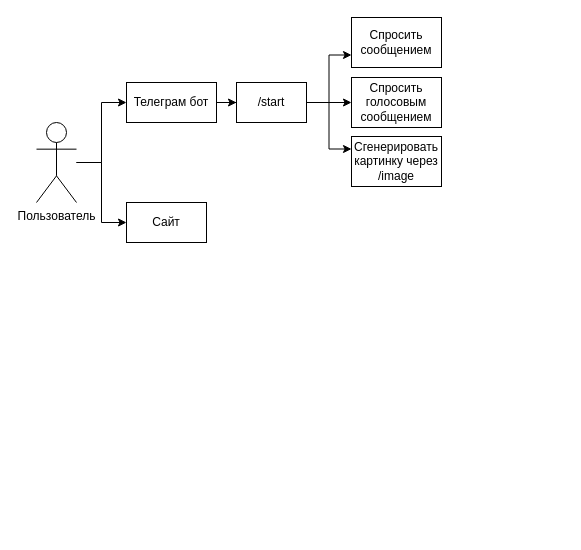
Earlier version of the draw.io diagram Untitled Diagram.drawio (notfredder/AI-SITE-diplom). Source tidied: cells renumbered, new cells numbered last; positions are measured from the earlier drawing's top-left corner, leaving out a move shared by most shapes. Both pictures are drawn from the tidied source at 100%, with x=0, y=0 at pixel (36, 17).
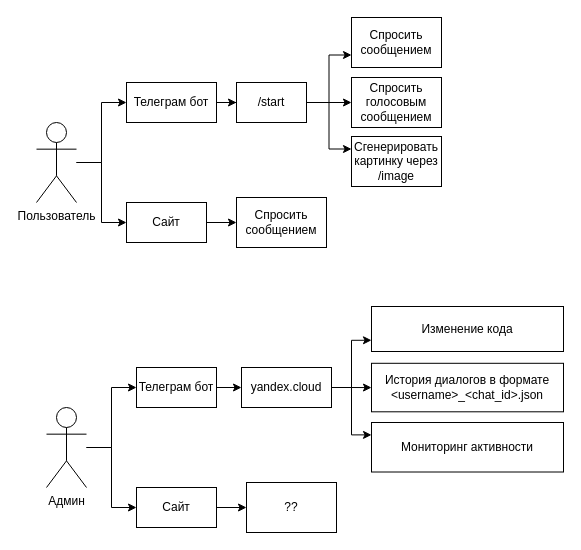
After the change.

Unchanged cells that the change refers to:
```xml
<mxCell id="7" value="Сайт" style="rounded=0;whiteSpace=wrap;html=1;" parent="1" vertex="1">
  <mxGeometry x="90" y="185" width="80" height="40" as="geometry" />
</mxCell>
```

Change to the diagram source:
```diff
@@
+    <mxCell id="15" style="edgeStyle=orthogonalEdgeStyle;rounded=0;jettySize=auto;html=1;entryX=0;entryY=0.5;entryDx=0;entryDy=0;" parent="1" edge="1" source="7" target="16">
+      <mxGeometry relative="1" as="geometry" />
+    </mxCell>
@@
+    <mxCell id="16" value="Спросить сообщением" style="rounded=0;whiteSpace=wrap;html=1;" parent="1" vertex="1">
+      <mxGeometry x="200" y="180" width="90" height="50" as="geometry" />
+    </mxCell>
+    <mxCell id="17" style="edgeStyle=orthogonalEdgeStyle;rounded=0;jettySize=auto;html=1;" parent="1" edge="1" source="19" target="25">
+      <mxGeometry relative="1" as="geometry" />
+    </mxCell>
+    <mxCell id="18" style="edgeStyle=orthogonalEdgeStyle;rounded=0;jettySize=auto;html=1;entryX=0;entryY=0.5;entryDx=0;entryDy=0;" parent="1" edge="1" source="19" target="29">
+      <mxGeometry relative="1" as="geometry" />
+    </mxCell>
+    <mxCell id="19" value="Админ" style="shape=umlActor;verticalLabelPosition=bottom;verticalAlign=top;html=1;outlineConnect=0;" parent="1" vertex="1">
+      <mxGeometry x="10" y="390" width="40" height="80" as="geometry" />
+    </mxCell>
+    <mxCell id="20" style="edgeStyle=orthogonalEdgeStyle;rounded=0;jettySize=auto;html=1;" parent="1" edge="1" source="23" target="26">
+      <mxGeometry relative="1" as="geometry" />
+    </mxCell>
+    <mxCell id="21" style="edgeStyle=orthogonalEdgeStyle;rounded=0;jettySize=auto;html=1;entryX=1;entryY=0.25;entryDx=0;entryDy=0;" parent="1" edge="1" source="23" target="30">
+      <mxGeometry relative="1" as="geometry" />
+    </mxCell>
+    <mxCell id="22" style="edgeStyle=orthogonalEdgeStyle;rounded=0;jettySize=auto;html=1;entryX=1;entryY=0.75;entryDx=0;entryDy=0;" parent="1" edge="1" source="23" target="31">
+      <mxGeometry relative="1" as="geometry" />
+    </mxCell>
+    <mxCell id="23" value="yandex.cloud" style="rounded=0;whiteSpace=wrap;html=1;" parent="1" vertex="1">
+      <mxGeometry x="205" y="350" width="90" height="40" as="geometry" />
+    </mxCell>
+    <mxCell id="24" style="edgeStyle=orthogonalEdgeStyle;rounded=0;jettySize=auto;html=1;entryX=0;entryY=0.5;entryDx=0;entryDy=0;" parent="1" edge="1" source="25" target="27">
+      <mxGeometry relative="1" as="geometry" />
+    </mxCell>
+    <mxCell id="25" value="Сайт" style="rounded=0;whiteSpace=wrap;html=1;" parent="1" vertex="1">
+      <mxGeometry x="100" y="470" width="80" height="40" as="geometry" />
+    </mxCell>
+    <mxCell id="26" value="История диалогов в формате &amp;lt;username&amp;gt;_&amp;lt;chat_id&amp;gt;.json" style="rounded=0;whiteSpace=wrap;html=1;direction=west;" parent="1" vertex="1">
+      <mxGeometry x="335" y="345.8" width="192" height="48.5" as="geometry" />
+    </mxCell>
+    <mxCell id="27" value="??" style="rounded=0;whiteSpace=wrap;html=1;" parent="1" vertex="1">
+      <mxGeometry x="210" y="465" width="90" height="50" as="geometry" />
+    </mxCell>
+    <mxCell id="28" style="edgeStyle=orthogonalEdgeStyle;rounded=0;jettySize=auto;html=1;entryX=0;entryY=0.5;entryDx=0;entryDy=0;" parent="1" edge="1" source="29" target="23">
+      <mxGeometry relative="1" as="geometry" />
+    </mxCell>
+    <mxCell id="29" value="Телеграм бот" style="rounded=0;whiteSpace=wrap;html=1;" parent="1" vertex="1">
+      <mxGeometry x="100" y="350" width="80" height="40" as="geometry" />
+    </mxCell>
+    <mxCell id="30" value="Изменение кода" style="rounded=0;whiteSpace=wrap;html=1;direction=west;" parent="1" vertex="1">
+      <mxGeometry x="335" y="289" width="192" height="45" as="geometry" />
+    </mxCell>
+    <mxCell id="31" value="Мониторинг активности" style="rounded=0;whiteSpace=wrap;html=1;direction=west;" parent="1" vertex="1">
+      <mxGeometry x="335" y="405" width="192" height="49.5" as="geometry" />
+    </mxCell>
```
